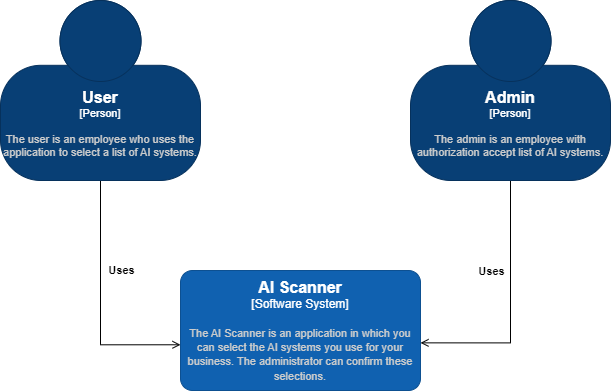
Earlier version of the draw.io export Images/BaeContextDiagram.drawio.png (Proftaak-S3-TeamBae/Specification). Source tidied: cells renumbered, new cells last; positions are measured from the earlier drawing's top-left corner, leaving out a move shared by most shapes.
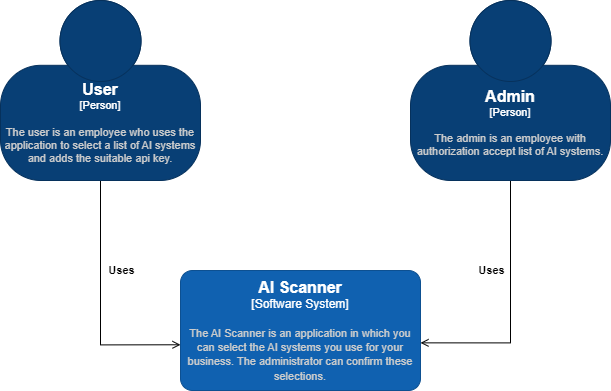
The same file after the commit.

Commit message:
Updated Context Diagram and C4 Level 2

Change to the diagram source:
```diff
@@ -10,7 +10,7 @@
         <mxPoint x="20" y="13" as="offset" />
       </mxGeometry>
     </mxCell>
-    <object id="4" label="&lt;font style=&quot;font-size: 16px&quot;&gt;&lt;b&gt;%c4Name%&lt;/b&gt;&lt;/font&gt;&lt;div&gt;[%c4Type%]&lt;/div&gt;&lt;br&gt;&lt;div&gt;&lt;font style=&quot;font-size: 11px&quot;&gt;&lt;font color=&quot;#cccccc&quot;&gt;%c4Description%&lt;/font&gt;&lt;/div&gt;" c4Description="The user is an employee who uses the application to select a list of AI systems." c4Name="User" c4Type="Person" placeholders="1">
+    <object id="4" label="&lt;font style=&quot;font-size: 16px&quot;&gt;&lt;b&gt;%c4Name%&lt;/b&gt;&lt;/font&gt;&lt;div&gt;[%c4Type%]&lt;/div&gt;&lt;br&gt;&lt;div&gt;&lt;font style=&quot;font-size: 11px&quot;&gt;&lt;font color=&quot;#cccccc&quot;&gt;%c4Description%&lt;/font&gt;&lt;/div&gt;" c4Description="The user is an employee who uses the application to select a list of AI systems and adds the suitable api key." c4Name="User" c4Type="Person" placeholders="1">
       <mxCell style="html=1;fontSize=11;dashed=0;whiteSpace=wrap;fillColor=#083F75;strokeColor=#06315C;fontColor=#ffffff;shape=mxgraph.c4.person2;align=center;points=[[0.5,0,0],[1,0.5,0],[1,0.75,0],[0.75,1,0],[0.5,1,0],[0.25,1,0],[0,0.75,0],[0,0.5,0]];" parent="1" vertex="1">
         <mxGeometry width="200" height="180" as="geometry" />
       </mxCell>
```
